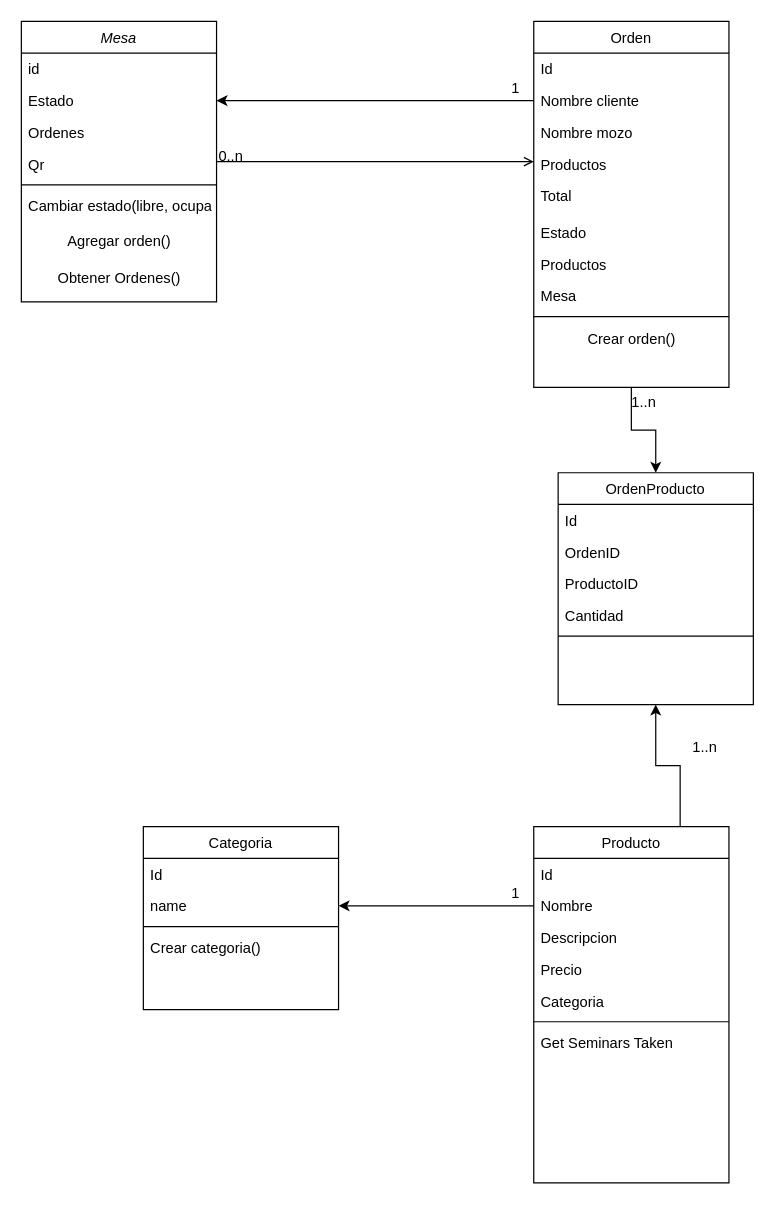
This is Diagrama sin título.drawio from Florencia-coder/tiquetazo-system, a draw.io file, before an edit. Source tidied: cells renumbered, new cells numbered last; positions are measured from the earlier drawing's top-left corner, leaving out a move shared by most shapes. Both pictures are drawn from the tidied source at 122%, with x=0, y=0 at pixel (21, 21).
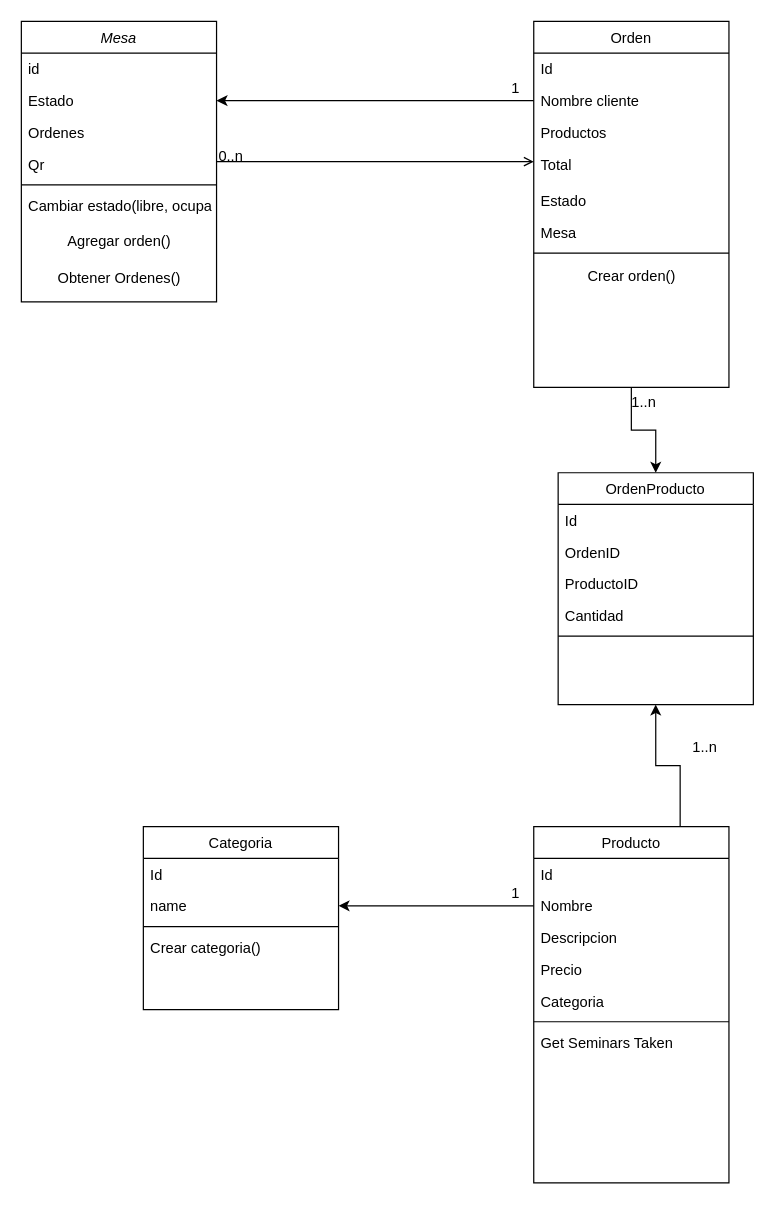
Above is the later version.

The change refers to these unchanged cells:
```xml
<mxCell id="26" value="Orden" style="swimlane;fontStyle=0;align=center;verticalAlign=top;horizontal=1;startSize=26;rounded=0;shadow=0;strokeWidth=1;" parent="1" vertex="1">
  <mxGeometry x="420" width="160" height="300" as="geometry" />
</mxCell>
```

What changed in the source:
```diff
@@
-    <mxCell id="29" value="Nombre mozo" style="text;align=left;verticalAlign=top;spacingLeft=4;spacingRight=4;overflow=hidden;rounded=0;shadow=0;html=0;" parent="26" vertex="1">
-      <mxGeometry y="78" width="160" height="26" as="geometry" />
-    </mxCell>
     <mxCell id="30" value="Productos" style="text;align=left;verticalAlign=top;spacingLeft=4;spacingRight=4;overflow=hidden;rounded=0;shadow=0;html=0;" parent="26" vertex="1">
-      <mxGeometry y="104" width="160" height="26" as="geometry" />
+      <mxGeometry y="78" width="160" height="26" as="geometry" />
     </mxCell>
     <mxCell id="31" value="Total" style="text;align=left;verticalAlign=top;spacingLeft=4;spacingRight=4;overflow=hidden;rounded=0;shadow=0;html=0;" parent="26" vertex="1">
-      <mxGeometry y="130" width="160" height="30" as="geometry" />
+      <mxGeometry y="104" width="160" height="30" as="geometry" />
     </mxCell>
     <mxCell id="32" value="Estado" style="text;align=left;verticalAlign=top;spacingLeft=4;spacingRight=4;overflow=hidden;" parent="26" vertex="1">
-      <mxGeometry y="160" width="160" height="26" as="geometry" />
+      <mxGeometry y="134" width="160" height="26" as="geometry" />
     </mxCell>
-    <mxCell id="33" value="Productos" style="text;align=left;verticalAlign=top;spacingLeft=4;spacingRight=4;overflow=hidden;" parent="26" vertex="1">
-      <mxGeometry y="186" width="160" height="26" as="geometry" />
-    </mxCell>
     <mxCell id="34" value="Mesa" style="text;align=left;verticalAlign=top;spacingLeft=4;spacingRight=4;overflow=hidden;" parent="26" vertex="1">
-      <mxGeometry y="212" width="160" height="26" as="geometry" />
+      <mxGeometry y="160" width="160" height="26" as="geometry" />
     </mxCell>
     <mxCell id="35" style="line;html=1;strokeWidth=1;align=left;verticalAlign=middle;spacingTop=-1;spacingLeft=3;spacingRight=3;labelPosition=right;" parent="26" vertex="1">
-      <mxGeometry y="238" width="160" height="8" as="geometry" />
+      <mxGeometry y="186" width="160" height="8" as="geometry" />
     </mxCell>
     <mxCell id="36" value="Crear orden()" style="text;html=1;align=center;verticalAlign=middle;strokeColor=none;fillColor=none;" parent="26" vertex="1">
-      <mxGeometry y="246" width="160" height="30" as="geometry" />
+      <mxGeometry y="194" width="160" height="30" as="geometry" />
     </mxCell>
```
